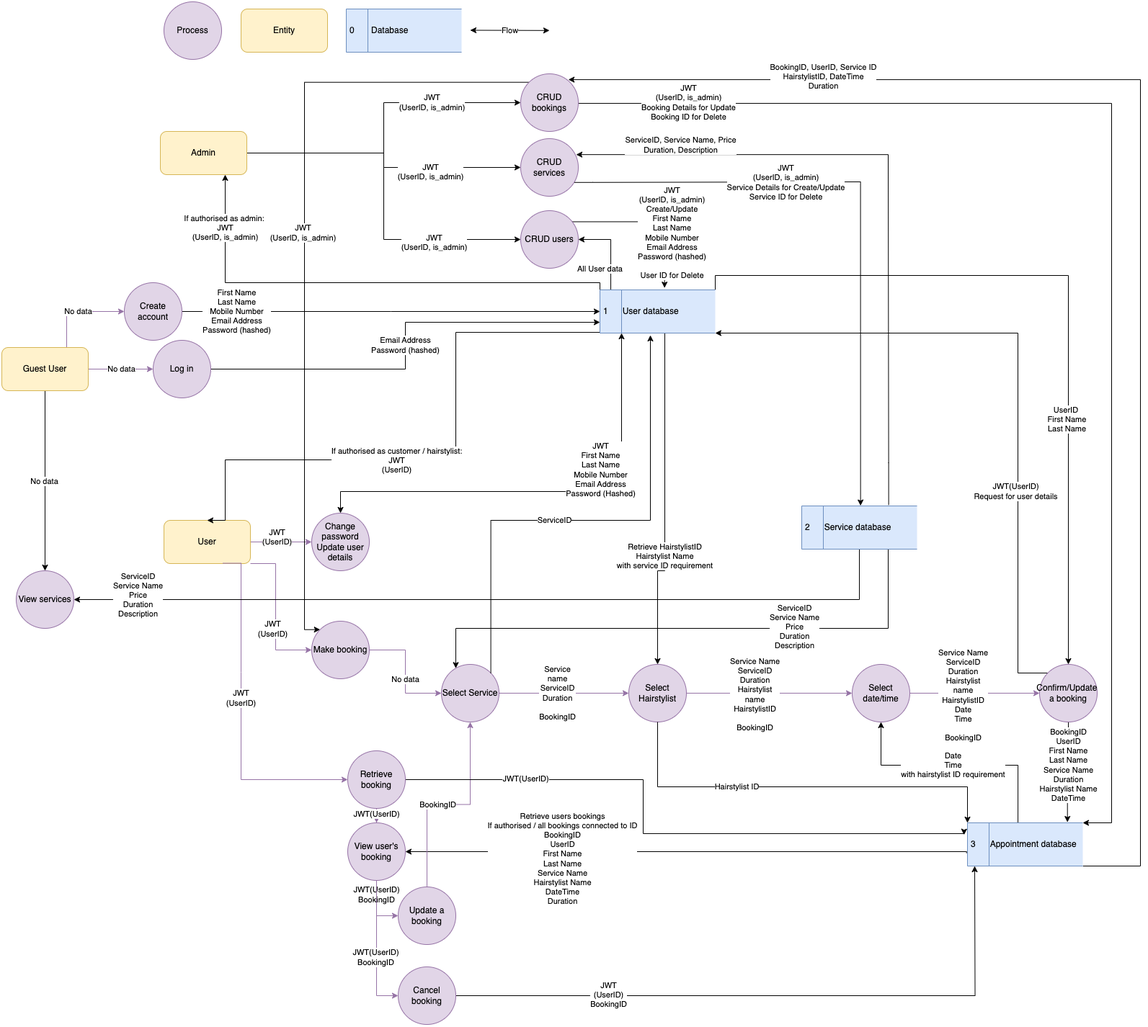
Before: docs/RPNZL_T3A2_DataflowDiagram.png, a diagram exported from draw.io (CA-RPNZL/rpnzl-docs). Source tidied: cells renumbered, new cells last; positions are measured from the earlier drawing's top-left corner, leaving out a move shared by most shapes.
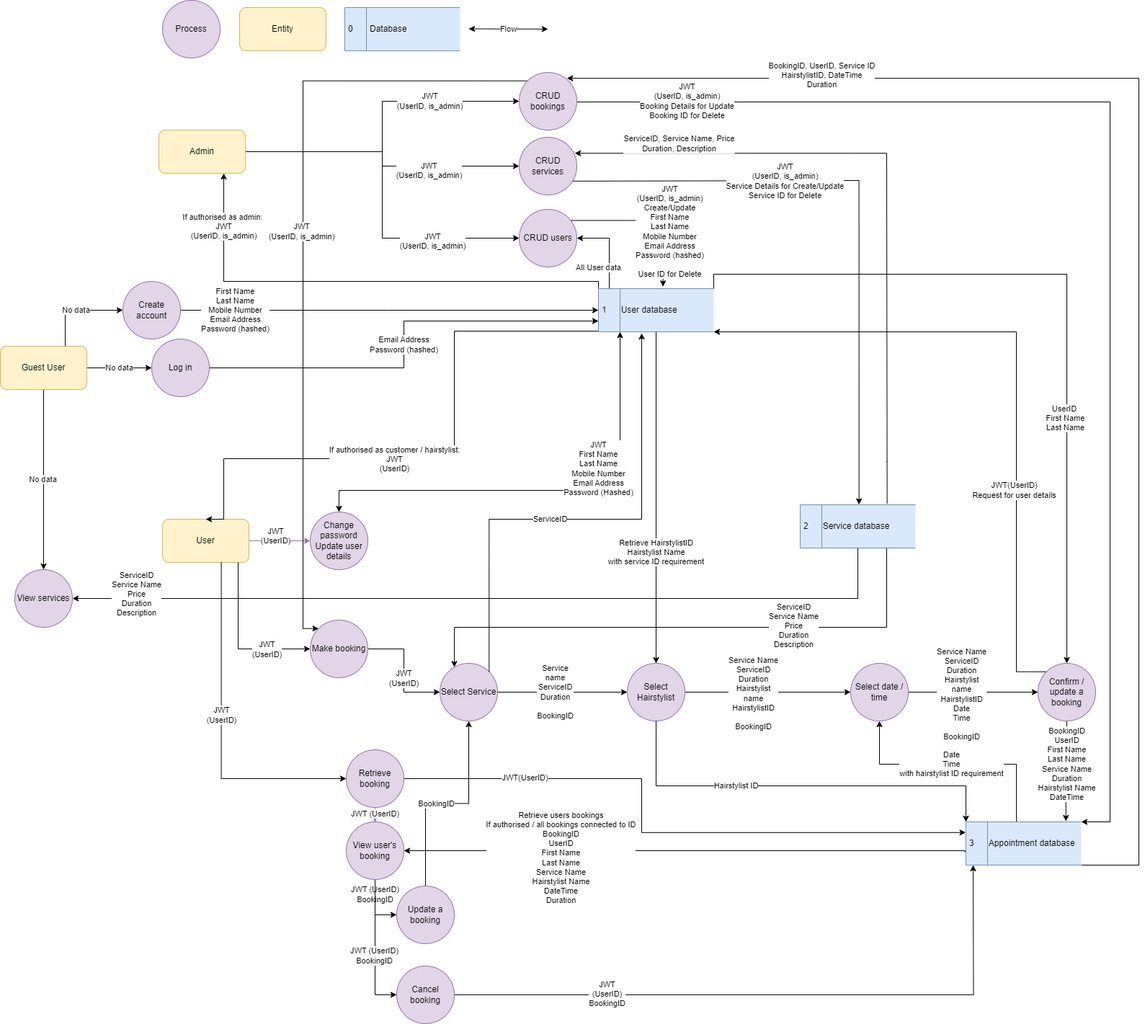
After the change.

Commit message:
fix: updated dataflow diagram

The edit, as a diff of the source:
```diff
@@ -26,14 +26,8 @@
         <mxPoint x="-15" as="offset" />
       </mxGeometry>
     </mxCell>
-    <mxCell id="6" style="edgeStyle=orthogonalEdgeStyle;rounded=0;jettySize=auto;html=1;exitX=0.75;exitY=1;exitDx=0;exitDy=0;entryX=0.5;entryY=0;entryDx=0;entryDy=0;" parent="1" edge="1" target="67">
-      <mxGeometry relative="1" as="geometry">
-        <mxPoint x="920" y="460" as="sourcePoint" />
-        <Array as="points">
-          <mxPoint x="920" y="790" />
-          <mxPoint x="910" y="790" />
-        </Array>
-      </mxGeometry>
+    <mxCell id="6" style="edgeStyle=orthogonalEdgeStyle;rounded=0;jettySize=auto;html=1;entryX=0.5;entryY=0;entryDx=0;entryDy=0;exitX=0.5;exitY=1;exitDx=0;exitDy=0;" parent="1" edge="1" source="105" target="67">
+      <mxGeometry relative="1" as="geometry" />
     </mxCell>
     <mxCell id="7" value="Retrieve HairstylistID&lt;br&gt;Hairstylist Name&lt;br&gt;with service ID requirement" style="edgeLabel;html=1;align=center;verticalAlign=middle;" parent="6" vertex="1">
       <mxGeometry x="-0.03" relative="1" as="geometry">
@@ -72,13 +66,13 @@
         </Array>
       </mxGeometry>
     </mxCell>
-    <mxCell id="13" style="edgeStyle=orthogonalEdgeStyle;rounded=0;jettySize=auto;html=1;entryX=0;entryY=0.5;entryDx=0;entryDy=0;fillColor=#e1d5e7;strokeColor=#9673a6;" parent="1" edge="1" source="96" target="64">
+    <mxCell id="13" style="edgeStyle=orthogonalEdgeStyle;rounded=0;jettySize=auto;html=1;entryX=0;entryY=0.5;entryDx=0;entryDy=0;fillColor=#e1d5e7;strokeColor=#000000;" parent="1" edge="1" source="96" target="64">
       <mxGeometry relative="1" as="geometry" />
     </mxCell>
-    <mxCell id="14" value="No data" style="edgeLabel;html=1;align=center;verticalAlign=middle;" parent="13" vertex="1">
+    <mxCell id="14" value="JWT&lt;br style=&quot;border-color: var(--border-color);&quot;&gt;&lt;span style=&quot;border-color: var(--border-color);&quot;&gt;(UserID)&lt;/span&gt;" style="edgeLabel;html=1;align=center;verticalAlign=middle;" parent="13" vertex="1">
       <mxGeometry x="0.13" relative="1" as="geometry" />
     </mxCell>
-    <mxCell id="15" style="edgeStyle=orthogonalEdgeStyle;rounded=0;jettySize=auto;html=1;entryX=0;entryY=0.5;entryDx=0;entryDy=0;fillColor=#e1d5e7;strokeColor=#9673a6;exitX=1;exitY=0.5;exitDx=0;exitDy=0;" parent="1" edge="1" source="90" target="59">
+    <mxCell id="15" style="edgeStyle=orthogonalEdgeStyle;rounded=0;jettySize=auto;html=1;entryX=0;entryY=0.5;entryDx=0;entryDy=0;fillColor=#e1d5e7;strokeColor=#000000;exitX=1;exitY=0.5;exitDx=0;exitDy=0;" parent="1" edge="1" source="90" target="59">
       <mxGeometry relative="1" as="geometry" />
     </mxCell>
     <mxCell id="16" value="No data" style="edgeLabel;html=1;align=center;verticalAlign=middle;" parent="15" vertex="1">
@@ -92,17 +86,17 @@
         <mxPoint x="14" y="1" as="offset" />
       </mxGeometry>
     </mxCell>
-    <mxCell id="19" style="edgeStyle=orthogonalEdgeStyle;rounded=0;jettySize=auto;html=1;entryX=0;entryY=0.5;entryDx=0;entryDy=0;exitX=0.5;exitY=1;exitDx=0;exitDy=0;fillColor=#e1d5e7;strokeColor=#9673a6;" parent="1" edge="1" source="82" target="35">
+    <mxCell id="19" style="edgeStyle=orthogonalEdgeStyle;rounded=0;jettySize=auto;html=1;entryX=0;entryY=0.5;entryDx=0;entryDy=0;exitX=0.5;exitY=1;exitDx=0;exitDy=0;fillColor=#e1d5e7;strokeColor=#000000;" parent="1" edge="1" source="82" target="35">
       <mxGeometry relative="1" as="geometry" />
     </mxCell>
+    <mxCell id="21" value="JWT (UserID)&lt;br&gt;BookingID" style="edgeLabel;html=1;align=center;verticalAlign=middle;" parent="19" vertex="1">
+      <mxGeometry x="0.42" y="-1" relative="1" as="geometry" />
+    </mxCell>
-    <mxCell id="20" value="JWT(UserID)&lt;br&gt;BookingID" style="edgeLabel;html=1;align=center;verticalAlign=middle;" parent="19" vertex="1">
+    <mxCell id="20" value="JWT (UserID)&lt;br&gt;BookingID" style="edgeLabel;html=1;align=center;verticalAlign=middle;labelBackgroundColor=#FFFFFF;" parent="19" vertex="1">
       <mxGeometry x="0.4" y="-3" relative="1" as="geometry">
-        <mxPoint x="3" y="-83" as="offset" />
+        <mxPoint x="3" y="-82" as="offset" />
       </mxGeometry>
     </mxCell>
-    <mxCell id="21" value="JWT(UserID)&lt;br&gt;BookingID" style="edgeLabel;html=1;align=center;verticalAlign=middle;" parent="19" vertex="1">
-      <mxGeometry x="0.42" y="-1" relative="1" as="geometry" />
-    </mxCell>
     <mxCell id="22" value="User" style="rounded=1;whiteSpace=wrap;html=1;fillColor=#fff2cc;strokeColor=#d6b656;" parent="1" vertex="1">
       <mxGeometry x="225" y="720" width="120" height="60" as="geometry" />
     </mxCell>
@@ -171,10 +165,10 @@
     <mxCell id="39" value="JWT(UserID)&lt;br&gt;Request for user details" style="edgeLabel;html=1;align=center;verticalAlign=middle;" parent="38" vertex="1">
       <mxGeometry x="-0.37" y="3" relative="1" as="geometry" />
     </mxCell>
-    <mxCell id="40" value="Confirm/Update&amp;nbsp; a booking" style="ellipse;whiteSpace=wrap;html=1;fillColor=#e1d5e7;strokeColor=#9673a6;" parent="1" vertex="1">
+    <mxCell id="40" value="Confirm / update a booking" style="ellipse;whiteSpace=wrap;html=1;fillColor=#e1d5e7;strokeColor=#9673a6;" parent="1" vertex="1">
       <mxGeometry x="1440" y="920" width="80" height="80" as="geometry" />
     </mxCell>
-    <mxCell id="41" style="edgeStyle=orthogonalEdgeStyle;rounded=0;jettySize=auto;html=1;exitX=0.5;exitY=0;exitDx=0;exitDy=0;entryX=0.5;entryY=1;entryDx=0;entryDy=0;fillColor=#e1d5e7;strokeColor=#9673a6;" parent="1" edge="1" source="43" target="64">
+    <mxCell id="41" style="edgeStyle=orthogonalEdgeStyle;rounded=0;jettySize=auto;html=1;exitX=0.5;exitY=0;exitDx=0;exitDy=0;entryX=0.5;entryY=1;entryDx=0;entryDy=0;fillColor=#e1d5e7;strokeColor=#000000;" parent="1" edge="1" source="43" target="64">
       <mxGeometry relative="1" as="geometry" />
     </mxCell>
     <mxCell id="42" value="BookingID" style="edgeLabel;html=1;align=center;verticalAlign=middle;" parent="41" vertex="1">
@@ -291,7 +285,7 @@
     <mxCell id="64" value="Select Service" style="ellipse;whiteSpace=wrap;html=1;fillColor=#e1d5e7;strokeColor=#9673a6;" parent="1" vertex="1">
       <mxGeometry x="610" y="920" width="80" height="80" as="geometry" />
     </mxCell>
-    <mxCell id="65" style="edgeStyle=orthogonalEdgeStyle;rounded=0;jettySize=auto;html=1;entryX=0;entryY=0.5;entryDx=0;entryDy=0;fillColor=#e1d5e7;strokeColor=#9673a6;" parent="1" edge="1" source="67" target="72">
+    <mxCell id="65" style="edgeStyle=orthogonalEdgeStyle;rounded=0;jettySize=auto;html=1;entryX=0;entryY=0.5;entryDx=0;entryDy=0;fillColor=#e1d5e7;strokeColor=#000000;" parent="1" edge="1" source="67" target="72">
       <mxGeometry relative="1" as="geometry" />
     </mxCell>
     <mxCell id="66" value="Service Name&lt;br&gt;ServiceID&lt;br&gt;Duration&lt;br&gt;Hairstylist&lt;br&gt;name&lt;br&gt;HairstylistID&lt;br&gt;&lt;br&gt;BookingID" style="edgeLabel;html=1;align=center;verticalAlign=middle;" parent="65" vertex="1">
@@ -300,7 +294,7 @@
     <mxCell id="67" value="Select Hairstylist" style="ellipse;whiteSpace=wrap;html=1;fillColor=#e1d5e7;strokeColor=#9673a6;" parent="1" vertex="1">
       <mxGeometry x="870" y="920" width="80" height="80" as="geometry" />
     </mxCell>
-    <mxCell id="68" style="edgeStyle=orthogonalEdgeStyle;rounded=0;jettySize=auto;html=1;entryX=0;entryY=0.5;entryDx=0;entryDy=0;fillColor=#e1d5e7;strokeColor=#9673a6;exitX=1;exitY=0.5;exitDx=0;exitDy=0;" parent="1" edge="1" source="64" target="67">
+    <mxCell id="68" style="edgeStyle=orthogonalEdgeStyle;rounded=0;jettySize=auto;html=1;entryX=0;entryY=0.5;entryDx=0;entryDy=0;fillColor=#e1d5e7;strokeColor=#000000;exitX=1;exitY=0.5;exitDx=0;exitDy=0;" parent="1" edge="1" source="64" target="67">
       <mxGeometry relative="1" as="geometry" />
     </mxCell>
     <mxCell id="69" value="Service&lt;br&gt;name&lt;br&gt;ServiceID&lt;br&gt;Duration&lt;br&gt;&lt;br&gt;BookingID" style="edgeLabel;html=1;align=center;verticalAlign=middle;" parent="68" vertex="1">
@@ -308,13 +302,13 @@
         <mxPoint x="9" y="-2" as="offset" />
       </mxGeometry>
     </mxCell>
-    <mxCell id="70" style="edgeStyle=orthogonalEdgeStyle;rounded=0;jettySize=auto;html=1;fillColor=#e1d5e7;strokeColor=#9673a6;" parent="1" edge="1" source="72" target="40">
+    <mxCell id="70" style="edgeStyle=orthogonalEdgeStyle;rounded=0;jettySize=auto;html=1;fillColor=#e1d5e7;strokeColor=#000000;" parent="1" edge="1" source="72" target="40">
       <mxGeometry relative="1" as="geometry" />
     </mxCell>
     <mxCell id="71" value="Service Name&lt;br style=&quot;border-color: var(--border-color);&quot;&gt;ServiceID&lt;br style=&quot;border-color: var(--border-color);&quot;&gt;Duration&lt;br style=&quot;border-color: var(--border-color);&quot;&gt;Hairstylist&lt;br style=&quot;border-color: var(--border-color);&quot;&gt;name&lt;br style=&quot;border-color: var(--border-color);&quot;&gt;HairstylistID&lt;br&gt;Date&lt;br&gt;Time&lt;br&gt;&lt;br&gt;BookingID" style="edgeLabel;html=1;align=center;verticalAlign=middle;" parent="70" vertex="1">
       <mxGeometry x="-0.18" y="-3" relative="1" as="geometry" />
     </mxCell>
-    <mxCell id="72" value="Select date/time" style="ellipse;whiteSpace=wrap;html=1;fillColor=#e1d5e7;strokeColor=#9673a6;" parent="1" vertex="1">
+    <mxCell id="72" value="Select date / time" style="ellipse;whiteSpace=wrap;html=1;fillColor=#e1d5e7;strokeColor=#9673a6;" parent="1" vertex="1">
       <mxGeometry x="1180" y="920" width="80" height="80" as="geometry" />
     </mxCell>
     <mxCell id="73" style="edgeStyle=orthogonalEdgeStyle;rounded=0;jettySize=auto;html=1;entryX=0;entryY=0;entryDx=0;entryDy=0;exitX=0.5;exitY=1;exitDx=0;exitDy=0;" parent="1" edge="1" source="67" target="99">
@@ -343,27 +337,24 @@
         <mxPoint x="36" as="offset" />
       </mxGeometry>
     </mxCell>
-    <mxCell id="77" style="edgeStyle=orthogonalEdgeStyle;rounded=0;jettySize=auto;html=1;entryX=0;entryY=0.5;entryDx=0;entryDy=0;fillColor=#e1d5e7;strokeColor=#9673a6;exitX=0.68;exitY=0.993;exitDx=0;exitDy=0;exitPerimeter=0;" parent="1" edge="1" source="22" target="82">
+    <mxCell id="77" style="edgeStyle=orthogonalEdgeStyle;rounded=0;jettySize=auto;html=1;entryX=0;entryY=0.5;entryDx=0;entryDy=0;fillColor=#e1d5e7;strokeColor=#000000;exitX=0.68;exitY=0.993;exitDx=0;exitDy=0;exitPerimeter=0;" parent="1" edge="1" source="22" target="82">
       <mxGeometry relative="1" as="geometry">
         <Array as="points">
-          <mxPoint x="332" y="931" />
-          <mxPoint x="332" y="931" />
-          <mxPoint x="332" y="1080" />
+          <mxPoint x="307" y="1080" />
         </Array>
       </mxGeometry>
     </mxCell>
     <mxCell id="78" value="&lt;span style=&quot;color: rgb(0, 0, 0); font-family: Helvetica; font-size: 11px; font-style: normal; font-variant-ligatures: normal; font-variant-caps: normal; font-weight: 400; letter-spacing: normal; orphans: 2; text-align: center; text-indent: 0px; text-transform: none; widows: 2; word-spacing: 0px; -webkit-text-stroke-width: 0px; background-color: rgb(255, 255, 255); text-decoration-thickness: initial; text-decoration-style: initial; text-decoration-color: initial; float: none; display: inline !important;&quot;&gt;JWT&lt;/span&gt;&lt;br style=&quot;border-color: var(--border-color); color: rgb(0, 0, 0); font-family: Helvetica; font-size: 11px; font-style: normal; font-variant-ligatures: normal; font-variant-caps: normal; font-weight: 400; letter-spacing: normal; orphans: 2; text-align: center; text-indent: 0px; text-transform: none; widows: 2; word-spacing: 0px; -webkit-text-stroke-width: 0px; text-decoration-thickness: initial; text-decoration-style: initial; text-decoration-color: initial;&quot;&gt;&lt;span style=&quot;color: rgb(0, 0, 0); font-family: Helvetica; font-size: 11px; font-style: normal; font-variant-ligatures: normal; font-variant-caps: normal; font-weight: 400; letter-spacing: normal; orphans: 2; text-align: center; text-indent: 0px; text-transform: none; widows: 2; word-spacing: 0px; -webkit-text-stroke-width: 0px; background-color: rgb(255, 255, 255); text-decoration-thickness: initial; text-decoration-style: initial; text-decoration-color: initial; float: none; display: inline !important;&quot;&gt;(UserID)&lt;/span&gt;" style="edgeLabel;html=1;align=center;verticalAlign=middle;" parent="77" vertex="1">
       <mxGeometry x="-0.1" relative="1" as="geometry" />
     </mxCell>
-    <mxCell id="79" style="edgeStyle=orthogonalEdgeStyle;rounded=0;jettySize=auto;html=1;entryX=0;entryY=0.5;entryDx=0;entryDy=0;exitX=0.5;exitY=1;exitDx=0;exitDy=0;fillColor=#e1d5e7;strokeColor=#9673a6;" parent="1" edge="1" source="85" target="43">
+    <mxCell id="79" style="edgeStyle=orthogonalEdgeStyle;rounded=0;jettySize=auto;html=1;entryX=0;entryY=0.5;entryDx=0;entryDy=0;exitX=0.5;exitY=1;exitDx=0;exitDy=0;fillColor=#e1d5e7;strokeColor=#000000;" parent="1" edge="1" source="85" target="43">
       <mxGeometry relative="1" as="geometry" />
     </mxCell>
-    <mxCell id="80" style="edgeStyle=orthogonalEdgeStyle;rounded=0;jettySize=auto;html=1;entryX=-0.03;entryY=0.279;entryDx=0;entryDy=0;entryPerimeter=0;" parent="1" edge="1" source="82" target="99">
+    <mxCell id="80" style="edgeStyle=orthogonalEdgeStyle;rounded=0;jettySize=auto;html=1;entryX=-0.002;entryY=0.247;entryDx=0;entryDy=0;entryPerimeter=0;" parent="1" edge="1" source="82" target="99">
       <mxGeometry relative="1" as="geometry">
         <Array as="points">
           <mxPoint x="890" y="1080" />
           <mxPoint x="890" y="1155" />
-          <mxPoint x="1335" y="1155" />
         </Array>
       </mxGeometry>
     </mxCell>
@@ -376,13 +367,13 @@
     <mxCell id="83" style="edgeStyle=orthogonalEdgeStyle;rounded=0;jettySize=auto;html=1;entryX=0.5;entryY=0;entryDx=0;entryDy=0;exitX=0.5;exitY=1;exitDx=0;exitDy=0;fillColor=#e1d5e7;strokeColor=#9673a6;" parent="1" edge="1" source="82" target="85">
       <mxGeometry relative="1" as="geometry" />
     </mxCell>
-    <mxCell id="84" value="JWT(UserID)" style="edgeLabel;html=1;align=center;verticalAlign=middle;" parent="83" vertex="1">
+    <mxCell id="84" value="JWT (UserID)" style="edgeLabel;html=1;align=center;verticalAlign=middle;" parent="83" vertex="1">
       <mxGeometry x="-0.2" relative="1" as="geometry" />
     </mxCell>
     <mxCell id="85" value="View user's booking" style="ellipse;whiteSpace=wrap;html=1;fillColor=#e1d5e7;strokeColor=#9673a6;" parent="1" vertex="1">
       <mxGeometry x="480" y="1140" width="80" height="80" as="geometry" />
     </mxCell>
-    <mxCell id="86" style="edgeStyle=orthogonalEdgeStyle;rounded=0;jettySize=auto;html=1;exitX=0.75;exitY=0;exitDx=0;exitDy=0;entryX=0;entryY=0.5;entryDx=0;entryDy=0;fillColor=#e1d5e7;strokeColor=#9673a6;" parent="1" edge="1" source="90" target="57">
+    <mxCell id="86" style="edgeStyle=orthogonalEdgeStyle;rounded=0;jettySize=auto;html=1;exitX=0.75;exitY=0;exitDx=0;exitDy=0;entryX=0;entryY=0.5;entryDx=0;entryDy=0;fillColor=#e1d5e7;strokeColor=#000000;" parent="1" edge="1" source="90" target="57">
       <mxGeometry relative="1" as="geometry">
         <Array as="points">
           <mxPoint x="90" y="430" />
@@ -425,17 +416,16 @@
     <mxCell id="93" value="If authorised as customer / hairstylist:&lt;br&gt;JWT&lt;br&gt;(UserID)" style="edgeLabel;html=1;align=center;verticalAlign=middle;" parent="92" vertex="1">
       <mxGeometry x="-0.14" y="-1" relative="1" as="geometry" />
     </mxCell>
-    <mxCell id="94" style="edgeStyle=orthogonalEdgeStyle;rounded=0;jettySize=auto;html=1;entryX=0;entryY=0.5;entryDx=0;entryDy=0;fillColor=#e1d5e7;strokeColor=#9673a6;exitX=1;exitY=1;exitDx=0;exitDy=0;" parent="1" edge="1" source="22" target="96">
+    <mxCell id="94" style="edgeStyle=orthogonalEdgeStyle;rounded=0;jettySize=auto;html=1;entryX=0;entryY=0.5;entryDx=0;entryDy=0;fillColor=#e1d5e7;strokeColor=#000000;exitX=0.875;exitY=1;exitDx=0;exitDy=0;exitPerimeter=0;" parent="1" edge="1" source="22" target="96">
       <mxGeometry relative="1" as="geometry">
         <Array as="points">
-          <mxPoint x="380" y="780" />
-          <mxPoint x="380" y="900" />
+          <mxPoint x="330" y="900" />
         </Array>
       </mxGeometry>
     </mxCell>
     <mxCell id="95" value="&lt;span style=&quot;color: rgb(0, 0, 0); font-family: Helvetica; font-size: 11px; font-style: normal; font-variant-ligatures: normal; font-variant-caps: normal; font-weight: 400; letter-spacing: normal; orphans: 2; text-align: center; text-indent: 0px; text-transform: none; widows: 2; word-spacing: 0px; -webkit-text-stroke-width: 0px; background-color: rgb(255, 255, 255); text-decoration-thickness: initial; text-decoration-style: initial; text-decoration-color: initial; float: none; display: inline !important;&quot;&gt;JWT&lt;/span&gt;&lt;br style=&quot;border-color: var(--border-color); color: rgb(0, 0, 0); font-family: Helvetica; font-size: 11px; font-style: normal; font-variant-ligatures: normal; font-variant-caps: normal; font-weight: 400; letter-spacing: normal; orphans: 2; text-align: center; text-indent: 0px; text-transform: none; widows: 2; word-spacing: 0px; -webkit-text-stroke-width: 0px; text-decoration-thickness: initial; text-decoration-style: initial; text-decoration-color: initial;&quot;&gt;&lt;span style=&quot;color: rgb(0, 0, 0); font-family: Helvetica; font-size: 11px; font-style: normal; font-variant-ligatures: normal; font-variant-caps: normal; font-weight: 400; letter-spacing: normal; orphans: 2; text-align: center; text-indent: 0px; text-transform: none; widows: 2; word-spacing: 0px; -webkit-text-stroke-width: 0px; background-color: rgb(255, 255, 255); text-decoration-thickness: initial; text-decoration-style: initial; text-decoration-color: initial; float: none; display: inline !important;&quot;&gt;(UserID)&lt;/span&gt;" style="edgeLabel;html=1;align=center;verticalAlign=middle;" parent="94" vertex="1">
       <mxGeometry x="-0.43" y="-4" relative="1" as="geometry">
-        <mxPoint y="67" as="offset" />
+        <mxPoint x="44" y="58" as="offset" />
       </mxGeometry>
     </mxCell>
     <mxCell id="96" value="Make booking" style="ellipse;whiteSpace=wrap;html=1;fillColor=#e1d5e7;strokeColor=#9673a6;" parent="1" vertex="1">
@@ -443,10 +433,10 @@
     </mxCell>
     <mxCell id="97" style="edgeStyle=orthogonalEdgeStyle;rounded=0;jettySize=auto;html=1;exitX=1;exitY=0;exitDx=0;exitDy=0;" parent="1" edge="1" source="64">
       <mxGeometry relative="1" as="geometry">
-        <mxPoint x="900" y="463" as="targetPoint" />
+        <mxPoint x="890" y="462" as="targetPoint" />
         <Array as="points">
-          <mxPoint x="679" y="720" />
-          <mxPoint x="900" y="720" />
+          <mxPoint x="678" y="720" />
+          <mxPoint x="890" y="720" />
         </Array>
       </mxGeometry>
     </mxCell>
```
